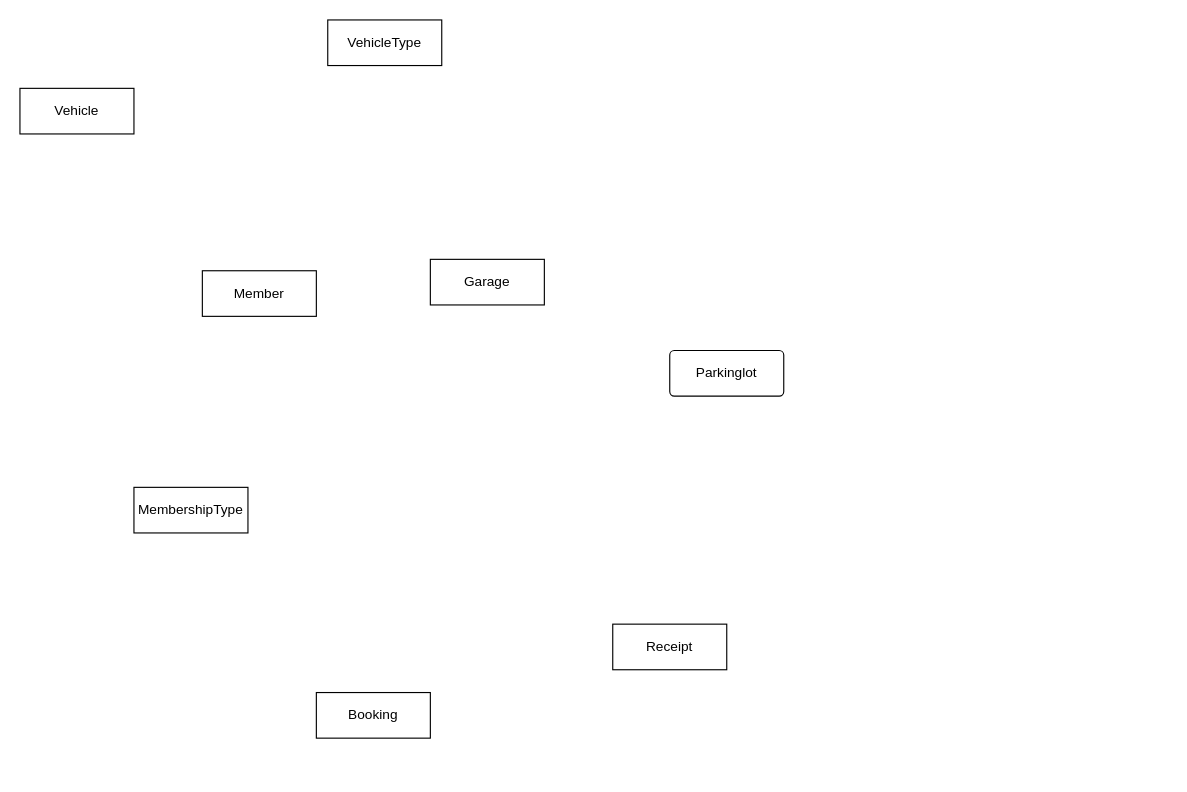
Above: Untitled Diagram.drawio in buffelsafari/Garage3 (draw.io), before the change. Source tidied: cells renumbered, new cells numbered last; positions are measured from the earlier drawing's top-left corner, leaving out a move shared by most shapes. Both pictures are drawn from the tidied source at 114%, with x=0, y=0 at pixel (19, 19).
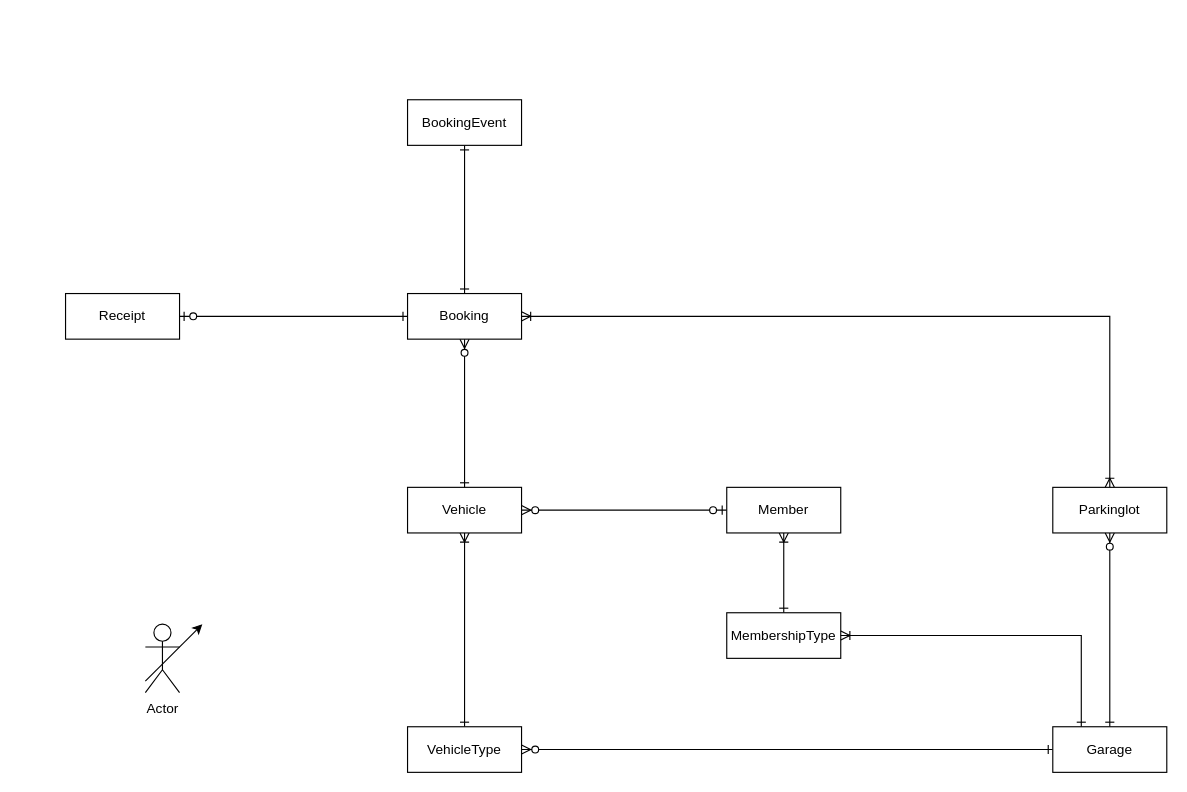
The same diagram, later.

The edit, as a diff of the source:
```diff
@@
-    <mxCell id="2" value="Parkinglot" style="rounded=1;arcSize=10;whiteSpace=wrap;html=1;align=center;" parent="1" vertex="1">
-      <mxGeometry x="570" y="290" width="100" height="40" as="geometry" />
+    <mxCell id="2" value="Parkinglot" style="rounded=0;arcSize=10;whiteSpace=wrap;html=1;align=center;" parent="1" vertex="1">
+      <mxGeometry x="906" y="410" width="100" height="40" as="geometry" />
     </mxCell>
+    <mxCell id="10" style="edgeStyle=orthogonalEdgeStyle;rounded=0;jettySize=auto;html=1;exitX=0.5;exitY=0;exitDx=0;exitDy=0;entryX=0.5;entryY=1;entryDx=0;entryDy=0;endArrow=ERoneToMany;endFill=0;startArrow=ERone;startFill=0;" parent="1" edge="1" source="3" target="4">
+      <mxGeometry relative="1" as="geometry" />
+    </mxCell>
+    <mxCell id="11" style="edgeStyle=orthogonalEdgeStyle;rounded=0;jettySize=auto;html=1;exitX=1;exitY=0.5;exitDx=0;exitDy=0;entryX=0;entryY=0.5;entryDx=0;entryDy=0;endArrow=ERone;endFill=0;startArrow=ERzeroToMany;startFill=1;" parent="1" edge="1" source="3" target="7">
+      <mxGeometry relative="1" as="geometry" />
+    </mxCell>
     <mxCell id="3" value="VehicleType" style="whiteSpace=wrap;html=1;align=center;" parent="1" vertex="1">
-      <mxGeometry x="270" width="100" height="40" as="geometry" />
+      <mxGeometry x="340" y="620" width="100" height="40" as="geometry" />
     </mxCell>
+    <mxCell id="12" style="edgeStyle=orthogonalEdgeStyle;rounded=0;jettySize=auto;html=1;exitX=1;exitY=0.5;exitDx=0;exitDy=0;entryX=0;entryY=0.5;entryDx=0;entryDy=0;startArrow=ERzeroToMany;startFill=1;endArrow=ERzeroToOne;endFill=1;" parent="1" edge="1" source="4" target="5">
+      <mxGeometry relative="1" as="geometry" />
+    </mxCell>
     <mxCell id="4" value="Vehicle" style="whiteSpace=wrap;html=1;align=center;" parent="1" vertex="1">
-      <mxGeometry y="60" width="100" height="40" as="geometry" />
+      <mxGeometry x="340" y="410" width="100" height="40" as="geometry" />
     </mxCell>
+    <mxCell id="13" style="edgeStyle=orthogonalEdgeStyle;rounded=0;jettySize=auto;html=1;exitX=0.5;exitY=1;exitDx=0;exitDy=0;entryX=0.5;entryY=0;entryDx=0;entryDy=0;startArrow=ERoneToMany;startFill=0;endArrow=ERone;endFill=0;" parent="1" edge="1" source="5" target="6">
+      <mxGeometry relative="1" as="geometry" />
+    </mxCell>
     <mxCell id="5" value="Member" style="whiteSpace=wrap;html=1;align=center;" parent="1" vertex="1">
-      <mxGeometry x="160" y="220" width="100" height="40" as="geometry" />
+      <mxGeometry x="620" y="410" width="100" height="40" as="geometry" />
     </mxCell>
     <mxCell id="6" value="MembershipType" style="whiteSpace=wrap;html=1;align=center;" parent="1" vertex="1">
-      <mxGeometry x="100" y="410" width="100" height="40" as="geometry" />
+      <mxGeometry x="620" y="520" width="100" height="40" as="geometry" />
     </mxCell>
+    <mxCell id="14" style="edgeStyle=orthogonalEdgeStyle;rounded=0;jettySize=auto;html=1;exitX=0.5;exitY=0;exitDx=0;exitDy=0;entryX=0.5;entryY=1;entryDx=0;entryDy=0;endArrow=ERzeroToMany;endFill=1;startArrow=ERone;startFill=0;" parent="1" edge="1" source="7" target="2">
+      <mxGeometry relative="1" as="geometry" />
+    </mxCell>
+    <mxCell id="15" style="edgeStyle=orthogonalEdgeStyle;rounded=0;jettySize=auto;html=1;exitX=0.25;exitY=0;exitDx=0;exitDy=0;entryX=1;entryY=0.5;entryDx=0;entryDy=0;startArrow=ERone;startFill=0;endArrow=ERoneToMany;endFill=0;" parent="1" edge="1" source="7" target="6">
+      <mxGeometry relative="1" as="geometry" />
+    </mxCell>
     <mxCell id="7" value="Garage" style="whiteSpace=wrap;html=1;align=center;" parent="1" vertex="1">
-      <mxGeometry x="360" y="210" width="100" height="40" as="geometry" />
+      <mxGeometry x="906" y="620" width="100" height="40" as="geometry" />
     </mxCell>
+    <mxCell id="16" style="edgeStyle=orthogonalEdgeStyle;rounded=0;jettySize=auto;html=1;exitX=0.5;exitY=1;exitDx=0;exitDy=0;entryX=0.5;entryY=0;entryDx=0;entryDy=0;endArrow=ERone;endFill=0;startArrow=ERzeroToMany;startFill=1;" parent="1" edge="1" source="8" target="4">
+      <mxGeometry relative="1" as="geometry" />
+    </mxCell>
+    <mxCell id="17" style="edgeStyle=orthogonalEdgeStyle;rounded=0;jettySize=auto;html=1;exitX=1;exitY=0.5;exitDx=0;exitDy=0;entryX=0.5;entryY=0;entryDx=0;entryDy=0;endArrow=ERoneToMany;endFill=0;startArrow=ERoneToMany;startFill=0;" parent="1" edge="1" source="8" target="2">
+      <mxGeometry relative="1" as="geometry" />
+    </mxCell>
+    <mxCell id="18" style="edgeStyle=orthogonalEdgeStyle;rounded=0;jettySize=auto;html=1;exitX=0;exitY=0.5;exitDx=0;exitDy=0;entryX=1;entryY=0.5;entryDx=0;entryDy=0;endArrow=ERzeroToOne;endFill=1;startArrow=ERone;startFill=0;" parent="1" edge="1" source="8" target="9">
+      <mxGeometry relative="1" as="geometry" />
+    </mxCell>
     <mxCell id="8" value="Booking" style="whiteSpace=wrap;html=1;align=center;" parent="1" vertex="1">
-      <mxGeometry x="260" y="590" width="100" height="40" as="geometry" />
+      <mxGeometry x="340" y="240" width="100" height="40" as="geometry" />
     </mxCell>
     <mxCell id="9" value="Receipt" style="whiteSpace=wrap;html=1;align=center;" parent="1" vertex="1">
-      <mxGeometry x="520" y="530" width="100" height="40" as="geometry" />
+      <mxGeometry x="40" y="240" width="100" height="40" as="geometry" />
     </mxCell>
+    <mxCell id="19" style="edgeStyle=orthogonalEdgeStyle;rounded=0;jettySize=auto;html=1;exitX=0.5;exitY=1;exitDx=0;exitDy=0;entryX=0.5;entryY=0;entryDx=0;entryDy=0;startArrow=ERone;startFill=0;endArrow=ERone;endFill=0;" parent="1" edge="1" source="20" target="8">
+      <mxGeometry relative="1" as="geometry" />
+    </mxCell>
+    <mxCell id="20" value="BookingEvent" style="whiteSpace=wrap;html=1;align=center;rounded=0;" parent="1" vertex="1">
+      <mxGeometry x="340" y="70" width="100" height="40" as="geometry" />
+    </mxCell>
+    <mxCell id="21" value="Actor" style="shape=umlActor;verticalLabelPosition=bottom;verticalAlign=top;html=1;rounded=0;" parent="1" vertex="1">
+      <mxGeometry x="110" y="530" width="30" height="60" as="geometry" />
+    </mxCell>
+    <mxCell id="22" style="endArrow=classic;html=1;" parent="1" edge="1">
+      <mxGeometry relative="1" as="geometry">
+        <mxPoint x="110" y="580" as="sourcePoint" />
+        <mxPoint x="160" y="530" as="targetPoint" />
+      </mxGeometry>
+    </mxCell>
```
